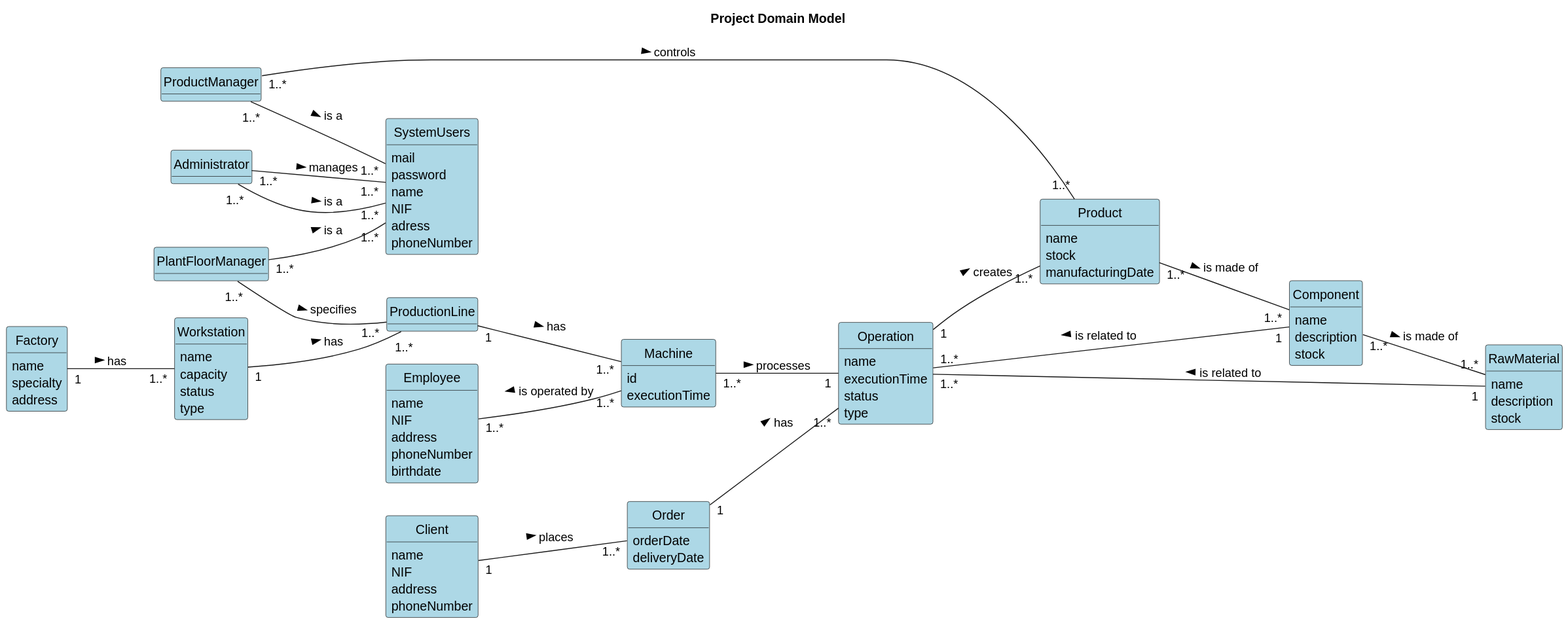
Before: others/documentation/global-artifacts/svg/domain-model-Project_Domain_Model.svg, a diagram exported from PlantUML (ricardomm7/buildflow).
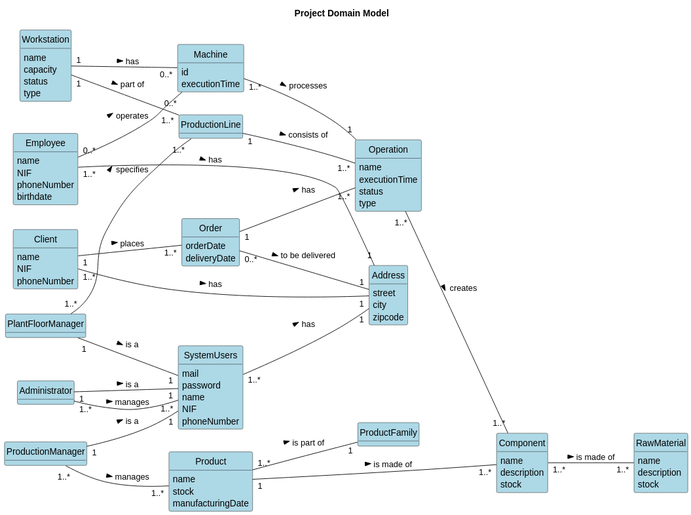
After the change.

Commit message:
Simulator in testing. More tests performed. Added .equals method in some domain classes. Overall optimization. #25 #68 #69 #70 #71 #72

The edit, as a diff of the source:
```diff
@@ -20,13 +20,12 @@
     password
     name
     NIF
-    adress
     phoneNumber
 }
 class PlantFloorManager{
 
 }
-class ProductManager{
+class ProductionManager{
 
 }
 
@@ -56,7 +55,6 @@
 class Employee {
     name
     NIF
-    address
     phoneNumber
     birthdate
 }
@@ -75,11 +73,6 @@
     type
 }
 
-class Factory {
-    name
-    specialty
-    address
-}
 
 class Order {
     product(s)
@@ -90,26 +83,40 @@
 class Client {
     name
     NIF
-    address
     phoneNumber
 }
 
-Administrator"1..*" -- "1..*" SystemUsers: is a >
-ProductManager"1..*" -- "1..*" SystemUsers: is a >
-PlantFloorManager"1..*" -- "1..*" SystemUsers: is a >
+class Address {
+    street
+    city
+    zipcode
+}
+
+class ProductFamily {
+
+}
+
+Administrator"1" -- "1" SystemUsers: is a >
+ProductionManager"1" -- "1" SystemUsers: is a >
+PlantFloorManager"1" -- "1" SystemUsers: is a >
 Administrator"1..*" -- "1..*" SystemUsers: manages >
 PlantFloorManager"1..*" -- "1..*" ProductionLine: specifies >
-ProductionLine "1" -- "1..*" Machine: has >
-ProductManager "1..*" -- "1..*" Product: controls >
+Workstation "1" -- "0..*" Machine: has >
+ProductionManager "1..*" -- "1..*" Product: manages >
 Component "1..*" -- "1..*" RawMaterial: is made of >
-Product "1..*" -- "1..*" Component : is made of >
-Component "1" -- "1..*" Operation : is related to >
-RawMaterial "1" -- "1..*" Operation : is related to >
-Operation "1" -- "1..*" Product : creates >
+Product "1" -- "1..*" Component : is made of >
+Operation "1..*" -- "1..*" Component : creates >
 Order "1" -- "1..*" Operation : has >
 Client "1" -- "1..*" Order : places >
 Machine "1..*" -- "1" Operation : processes >
-Employee "1..*" -- "1..*" Machine : is operated by <
-Workstation "1" -- "1..*" ProductionLine : has >
-Factory "1" -- "1..*" Workstation : has >
+Employee "0..*" -- "0..*" Machine : operates >
+Workstation "1" -- "1..*" ProductionLine : part of >
+
+Client "1..*" -- "1" Address : has >
+Order "0..*" -- "1" Address : to be delivered >
+Employee "1..*" -- "1" Address : has >
+SystemUsers "1..*" -- "1" Address : has >
+
+Product "1..*" -- "1" ProductFamily : is part of >
+ProductionLine "1" -- "1..*" Operation : consists of >
 @enduml
```
